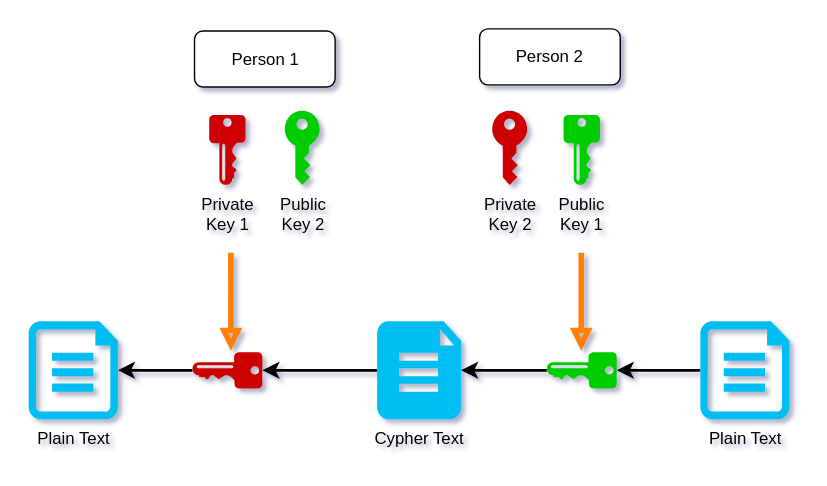
ebd622/docs keeps this draw.io diagram as images/rsa_4.svg. Above is the earlier version. Source tidied: cells renumbered, new cells last; positions are measured from the earlier drawing's top-left corner, leaving out a move shared by most shapes.
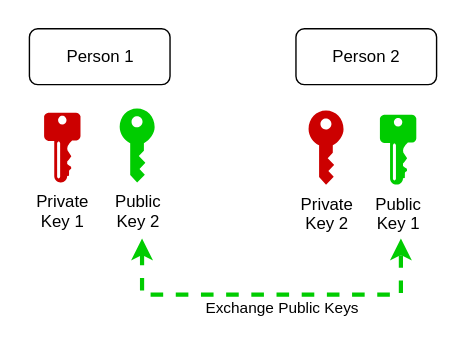
The same diagram one commit later.

Change to the diagram source:
```diff
@@ -3,69 +3,37 @@
     <mxCell id="0" />
     <mxCell id="1" parent="0" />
     <mxCell id="2" value="Person 1" style="rounded=1;whiteSpace=wrap;html=1;fontSize=12;glass=0;strokeWidth=1;shadow=0;" parent="1" vertex="1">
-      <mxGeometry x="118.5" y="1.5" width="100.5" height="40" as="geometry" />
+      <mxGeometry x="79.5" y="-990" width="100.5" height="40" as="geometry" />
     </mxCell>
     <mxCell id="3" value="Private&lt;br&gt;Key 1" style="sketch=0;shadow=0;dashed=0;html=1;strokeColor=none;labelPosition=center;verticalLabelPosition=bottom;verticalAlign=top;align=center;fillColor=#CC0000;shape=mxgraph.mscae.enterprise.key_permissions;" parent="1" vertex="1">
-      <mxGeometry x="129" y="61.5" width="26" height="50" as="geometry" />
+      <mxGeometry x="90" y="-930" width="26" height="50" as="geometry" />
     </mxCell>
     <mxCell id="4" value="Public&lt;br&gt;Key 1" style="sketch=0;shadow=0;dashed=0;html=1;strokeColor=none;labelPosition=center;verticalLabelPosition=bottom;verticalAlign=top;align=center;fillColor=#00CC00;shape=mxgraph.mscae.enterprise.key_permissions;gradientColor=none;" parent="1" vertex="1">
-      <mxGeometry x="382.2" y="61.5" width="26" height="50" as="geometry" />
+      <mxGeometry x="330" y="-928.5" width="26" height="50" as="geometry" />
     </mxCell>
     <mxCell id="5" value="Private&lt;br&gt;Key 2" style="sketch=0;shadow=0;dashed=0;html=1;strokeColor=none;labelPosition=center;verticalLabelPosition=bottom;verticalAlign=top;align=center;shape=mxgraph.office.security.key_permissions;fillColor=#CC0000;" parent="1" vertex="1">
-      <mxGeometry x="331.2" y="58.5" width="25" height="53" as="geometry" />
+      <mxGeometry x="279" y="-931.5" width="25" height="53" as="geometry" />
     </mxCell>
     <mxCell id="6" value="Public&lt;br&gt;Key 2" style="sketch=0;shadow=0;dashed=0;html=1;strokeColor=none;labelPosition=center;verticalLabelPosition=bottom;verticalAlign=top;align=center;shape=mxgraph.office.security.key_permissions;fillColor=#00CC00;" parent="1" vertex="1">
-      <mxGeometry x="183" y="58.5" width="25" height="53" as="geometry" />
+      <mxGeometry x="144" y="-933" width="25" height="53" as="geometry" />
     </mxCell>
     <mxCell id="7" value="Person 2" style="rounded=1;whiteSpace=wrap;html=1;fontSize=12;glass=0;strokeWidth=1;shadow=0;" parent="1" vertex="1">
-      <mxGeometry x="322.2" width="100.5" height="40" as="geometry" />
+      <mxGeometry x="270" y="-990" width="100.5" height="40" as="geometry" />
     </mxCell>
-    <mxCell id="8" value="Plain Text" style="verticalLabelPosition=bottom;html=1;verticalAlign=top;align=center;strokeColor=none;fillColor=#00BEF2;shape=mxgraph.azure.file;" parent="1" vertex="1">
-      <mxGeometry y="209" width="63.8" height="70" as="geometry" />
+    <mxCell id="8" style="endArrow=classic;startArrow=classic;html=1;rounded=0;dashed=1;strokeColor=#00CC00;strokeWidth=3;" parent="1" edge="1">
+      <mxGeometry relative="1" as="geometry">
+        <mxPoint x="160" y="-840" as="sourcePoint" />
+        <mxPoint x="345" y="-840" as="targetPoint" />
+        <Array as="points">
+          <mxPoint x="160" y="-800" />
+          <mxPoint x="345" y="-800" />
+        </Array>
+      </mxGeometry>
     </mxCell>
-    <mxCell id="9" style="edgeStyle=orthogonalEdgeStyle;rounded=0;jettySize=auto;html=1;strokeColor=#000000;strokeWidth=2;endArrow=classic;endFill=1;" parent="1" edge="1" source="10" target="16">
-      <mxGeometry relative="1" as="geometry" />
+    <mxCell id="9" value="&amp;nbsp;Exchange Public Keys&amp;nbsp;" style="edgeLabel;html=1;align=center;verticalAlign=middle;" parent="8" vertex="1">
+      <mxGeometry x="0.05" relative="1" as="geometry">
+        <mxPoint y="10" as="offset" />
+      </mxGeometry>
     </mxCell>
-    <mxCell id="10" value="Cypher Text" style="verticalLabelPosition=bottom;html=1;verticalAlign=top;align=center;strokeColor=none;fillColor=#00BEF2;shape=mxgraph.azure.file_2;" parent="1" vertex="1">
-      <mxGeometry x="249" y="209" width="60" height="70" as="geometry" />
-    </mxCell>
-    <mxCell id="11" style="edgeStyle=orthogonalEdgeStyle;rounded=0;jettySize=auto;html=1;strokeColor=#000000;strokeWidth=2;endArrow=classic;endFill=1;" parent="1" edge="1" source="12" target="14">
-      <mxGeometry relative="1" as="geometry" />
-    </mxCell>
-    <mxCell id="12" value="Plain Text" style="verticalLabelPosition=bottom;html=1;verticalAlign=top;align=center;strokeColor=none;fillColor=#00BEF2;shape=mxgraph.azure.file;" parent="1" vertex="1">
-      <mxGeometry x="480" y="209" width="63.8" height="70" as="geometry" />
-    </mxCell>
-    <mxCell id="13" style="edgeStyle=orthogonalEdgeStyle;rounded=0;jettySize=auto;html=1;strokeColor=#000000;strokeWidth=2;endArrow=classic;endFill=1;" parent="1" edge="1" source="14" target="10">
-      <mxGeometry relative="1" as="geometry" />
-    </mxCell>
-    <mxCell id="14" style="sketch=0;shadow=0;dashed=0;html=1;strokeColor=none;labelPosition=center;verticalLabelPosition=bottom;verticalAlign=top;align=center;fillColor=#00CC00;shape=mxgraph.mscae.enterprise.key_permissions;gradientColor=none;rotation=90;" parent="1" vertex="1">
-      <mxGeometry x="382.2" y="219" width="26" height="50" as="geometry" />
-    </mxCell>
-    <mxCell id="15" style="edgeStyle=orthogonalEdgeStyle;rounded=0;jettySize=auto;html=1;strokeColor=#000000;strokeWidth=2;endArrow=classic;endFill=1;" parent="1" edge="1" source="16" target="8">
-      <mxGeometry relative="1" as="geometry" />
-    </mxCell>
-    <mxCell id="16" style="sketch=0;shadow=0;dashed=0;html=1;strokeColor=none;labelPosition=center;verticalLabelPosition=bottom;verticalAlign=top;align=center;fillColor=#CC0000;shape=mxgraph.mscae.enterprise.key_permissions;rotation=90;" parent="1" vertex="1">
-      <mxGeometry x="129" y="219" width="26" height="50" as="geometry" />
-    </mxCell>
-    <mxCell id="17" style="edgeStyle=orthogonalEdgeStyle;rounded=0;orthogonalLoop=1;jettySize=auto;html=1;strokeColor=#FF8000;strokeWidth=4;endArrow=block;endFill=0;" parent="1" edge="1">
-      <mxGeometry relative="1" as="geometry">
-        <mxPoint x="394.9" y="160" as="sourcePoint" />
-        <mxPoint x="394.9" y="230" as="targetPoint" />
-        <Array as="points">
-          <mxPoint x="394.9" y="170" />
-          <mxPoint x="394.9" y="170" />
-        </Array>
-      </mxGeometry>
-    </mxCell>
-    <mxCell id="18" style="edgeStyle=orthogonalEdgeStyle;rounded=0;orthogonalLoop=1;jettySize=auto;html=1;strokeColor=#FF8000;strokeWidth=4;endArrow=block;endFill=0;" parent="1" edge="1">
-      <mxGeometry relative="1" as="geometry">
-        <mxPoint x="144.5" y="160" as="sourcePoint" />
-        <mxPoint x="144.5" y="230" as="targetPoint" />
-        <Array as="points">
-          <mxPoint x="144.6" y="180" />
-          <mxPoint x="144.6" y="180" />
-        </Array>
-      </mxGeometry>
-    </mxCell>
   </root>
 </mxGraphModel>
```
